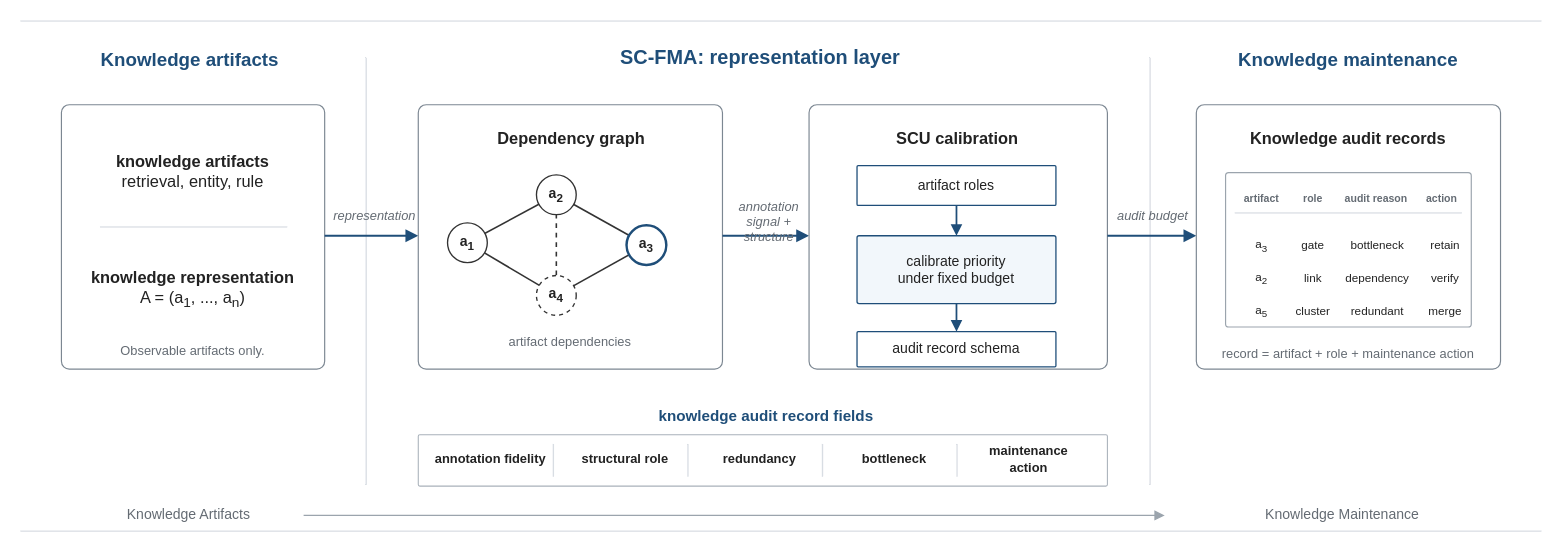
Before: paper/information_sciences_submission/final_source/figures/fig_overall_framework.drawio in TigerUnderTheMoon/CF, a draw.io diagram. Source tidied: cells renumbered, new cells numbered last; positions are measured from the earlier drawing's top-left corner, leaving out a move shared by most shapes. Both pictures are drawn from the tidied source at 117%, with x=0, y=0 at pixel (20, 20).
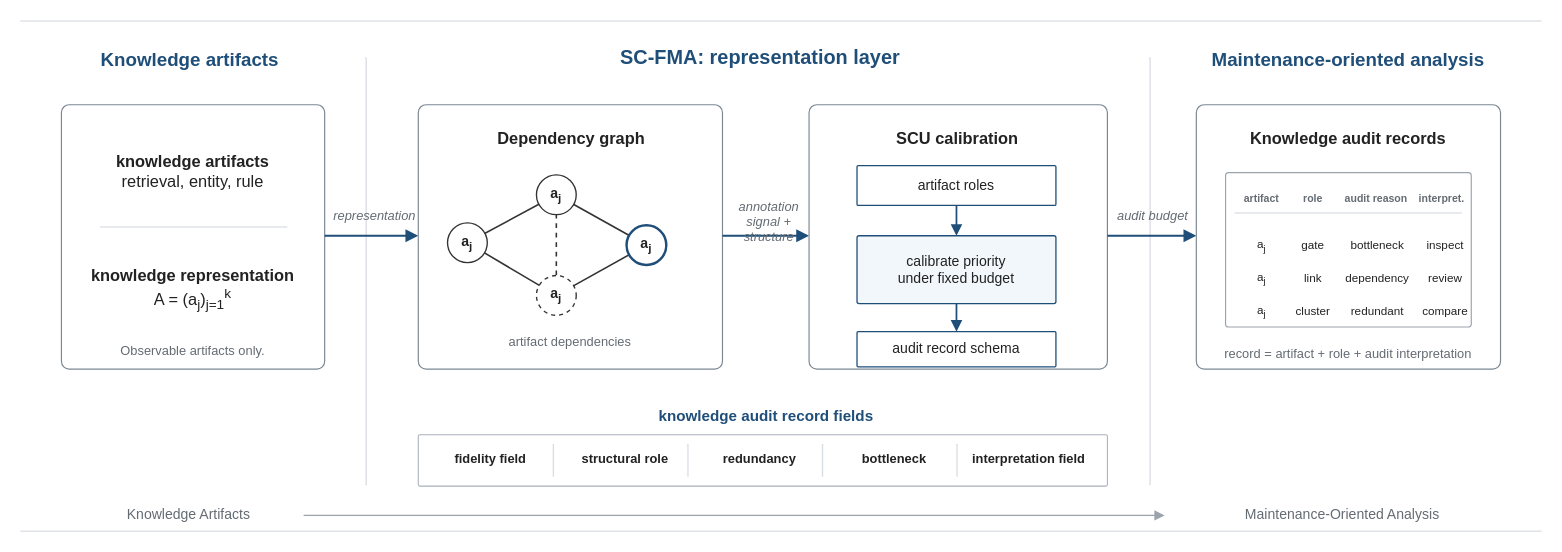
The same page after the edit.

What changed in the source:
```diff
@@
-    <mxCell id="8" value="Knowledge maintenance" style="text;html=1;strokeColor=none;fillColor=none;whiteSpace=wrap;rounded=0;shadow=0;fontFamily=Arial;fontSize=16;fontColor=#1F4E79;fontStyle=1;align=center;verticalAlign=middle;spacing=0;" parent="1" vertex="1">
+    <mxCell id="8" value="Maintenance-oriented analysis" style="text;html=1;strokeColor=none;fillColor=none;whiteSpace=wrap;rounded=0;shadow=0;fontFamily=Arial;fontSize=16;fontColor=#1F4E79;fontStyle=1;align=center;verticalAlign=middle;spacing=0;" parent="1" vertex="1">
       <mxGeometry x="1005" y="22" width="260" height="22" as="geometry" />
     </mxCell>
@@
-    <mxCell id="12" value="&lt;b&gt;knowledge representation&lt;/b&gt;&lt;br&gt;A = (a&lt;sub&gt;1&lt;/sub&gt;, ..., a&lt;sub&gt;n&lt;/sub&gt;)" style="text;html=1;strokeColor=none;fillColor=none;whiteSpace=wrap;rounded=0;shadow=0;fontFamily=Arial;fontSize=14;fontColor=#222222;fontStyle=0;align=center;verticalAlign=middle;spacing=0;" parent="1" vertex="1">
+    <mxCell id="12" value="&lt;b&gt;knowledge representation&lt;/b&gt;&lt;br&gt;A = (a&lt;sub&gt;j&lt;/sub&gt;)&lt;sub&gt;j=1&lt;/sub&gt;&lt;sup&gt;k&lt;/sup&gt;" style="text;html=1;strokeColor=none;fillColor=none;whiteSpace=wrap;rounded=0;shadow=0;fontFamily=Arial;fontSize=14;fontColor=#222222;fontStyle=0;align=center;verticalAlign=middle;spacing=0;" parent="1" vertex="1">
       <mxGeometry x="55" y="198" width="185" height="64" as="geometry" />
     </mxCell>
@@
-    <mxCell id="23" value="a&lt;sub&gt;1&lt;/sub&gt;" style="ellipse;whiteSpace=wrap;html=1;fillColor=#FFFFFF;shadow=0;strokeColor=#333333;strokeWidth=1.15;dashed=0;fontFamily=Arial;fontSize=12;fontColor=#222222;fontStyle=1;align=center;verticalAlign=middle;" parent="1" vertex="1">
+    <mxCell id="23" value="a&lt;sub&gt;j&lt;/sub&gt;" style="ellipse;whiteSpace=wrap;html=1;fillColor=#FFFFFF;shadow=0;strokeColor=#333333;strokeWidth=1.15;dashed=0;fontFamily=Arial;fontSize=12;fontColor=#222222;fontStyle=1;align=center;verticalAlign=middle;" parent="1" vertex="1">
       <mxGeometry x="365" y="173" width="34" height="34" as="geometry" />
     </mxCell>
-    <mxCell id="24" value="a&lt;sub&gt;2&lt;/sub&gt;" style="ellipse;whiteSpace=wrap;html=1;fillColor=#FFFFFF;shadow=0;strokeColor=#333333;strokeWidth=1.15;dashed=0;fontFamily=Arial;fontSize=12;fontColor=#222222;fontStyle=1;align=center;verticalAlign=middle;" parent="1" vertex="1">
+    <mxCell id="24" value="a&lt;sub&gt;j&lt;/sub&gt;" style="ellipse;whiteSpace=wrap;html=1;fillColor=#FFFFFF;shadow=0;strokeColor=#333333;strokeWidth=1.15;dashed=0;fontFamily=Arial;fontSize=12;fontColor=#222222;fontStyle=1;align=center;verticalAlign=middle;" parent="1" vertex="1">
       <mxGeometry x="441" y="132" width="34" height="34" as="geometry" />
     </mxCell>
-    <mxCell id="25" value="a&lt;sub&gt;4&lt;/sub&gt;" style="ellipse;whiteSpace=wrap;html=1;fillColor=#FFFFFF;shadow=0;strokeColor=#333333;strokeWidth=1.15;dashed=1;fontFamily=Arial;fontSize=12;fontColor=#222222;fontStyle=1;align=center;verticalAlign=middle;" parent="1" vertex="1">
+    <mxCell id="25" value="a&lt;sub&gt;j&lt;/sub&gt;" style="ellipse;whiteSpace=wrap;html=1;fillColor=#FFFFFF;shadow=0;strokeColor=#333333;strokeWidth=1.15;dashed=1;fontFamily=Arial;fontSize=12;fontColor=#222222;fontStyle=1;align=center;verticalAlign=middle;" parent="1" vertex="1">
       <mxGeometry x="441" y="218" width="34" height="34" as="geometry" />
     </mxCell>
-    <mxCell id="26" value="a&lt;sub&gt;3&lt;/sub&gt;" style="ellipse;whiteSpace=wrap;html=1;fillColor=#FFFFFF;shadow=0;strokeColor=#1F4E79;strokeWidth=2.1;dashed=0;fontFamily=Arial;fontSize=12;fontColor=#222222;fontStyle=1;align=center;verticalAlign=middle;" parent="1" vertex="1">
+    <mxCell id="26" value="a&lt;sub&gt;j&lt;/sub&gt;" style="ellipse;whiteSpace=wrap;html=1;fillColor=#FFFFFF;shadow=0;strokeColor=#1F4E79;strokeWidth=2.1;dashed=0;fontFamily=Arial;fontSize=12;fontColor=#222222;fontStyle=1;align=center;verticalAlign=middle;" parent="1" vertex="1">
       <mxGeometry x="518" y="175" width="34" height="34" as="geometry" />
     </mxCell>
@@
-    <mxCell id="41" value="annotation fidelity" style="text;html=1;strokeColor=none;fillColor=none;whiteSpace=wrap;rounded=0;shadow=0;fontFamily=Arial;fontSize=11;fontColor=#222222;fontStyle=1;align=center;verticalAlign=middle;spacing=0;" parent="1" vertex="1">
+    <mxCell id="41" value="fidelity field" style="text;html=1;strokeColor=none;fillColor=none;whiteSpace=wrap;rounded=0;shadow=0;fontFamily=Arial;fontSize=11;fontColor=#222222;fontStyle=1;align=center;verticalAlign=middle;spacing=0;" parent="1" vertex="1">
       <mxGeometry x="352" y="365" width="100" height="20" as="geometry" />
     </mxCell>
@@
-    <mxCell id="49" value="maintenance action" style="text;html=1;strokeColor=none;fillColor=none;whiteSpace=wrap;rounded=0;shadow=0;fontFamily=Arial;fontSize=11;fontColor=#222222;fontStyle=1;align=center;verticalAlign=middle;spacing=0;" parent="1" vertex="1">
+    <mxCell id="49" value="interpretation field" style="text;html=1;strokeColor=none;fillColor=none;whiteSpace=wrap;rounded=0;shadow=0;fontFamily=Arial;fontSize=11;fontColor=#222222;fontStyle=1;align=center;verticalAlign=middle;spacing=0;" parent="1" vertex="1">
       <mxGeometry x="812" y="365" width="100" height="20" as="geometry" />
     </mxCell>
@@
-    <mxCell id="56" value="action" style="text;html=1;strokeColor=none;fillColor=none;whiteSpace=wrap;rounded=0;shadow=0;fontFamily=Arial;fontSize=9;fontColor=#646B73;fontStyle=1;align=center;verticalAlign=middle;spacing=0;" parent="1" vertex="1">
+    <mxCell id="56" value="interpret." style="text;html=1;strokeColor=none;fillColor=none;whiteSpace=wrap;rounded=0;shadow=0;fontFamily=Arial;fontSize=9;fontColor=#646B73;fontStyle=1;align=center;verticalAlign=middle;spacing=0;" parent="1" vertex="1">
       <mxGeometry x="1194" y="146" width="42" height="14" as="geometry" />
     </mxCell>
@@
-    <mxCell id="58" value="a&lt;sub&gt;3&lt;/sub&gt;" style="text;html=1;strokeColor=none;fillColor=none;whiteSpace=wrap;rounded=0;shadow=0;fontFamily=Arial;fontSize=10;fontColor=#222222;fontStyle=0;align=center;verticalAlign=middle;spacing=0;" parent="1" vertex="1">
+    <mxCell id="58" value="a&lt;sub&gt;j&lt;/sub&gt;" style="text;html=1;strokeColor=none;fillColor=none;whiteSpace=wrap;rounded=0;shadow=0;fontFamily=Arial;fontSize=10;fontColor=#222222;fontStyle=0;align=center;verticalAlign=middle;spacing=0;" parent="1" vertex="1">
       <mxGeometry x="1043" y="185" width="36" height="14" as="geometry" />
     </mxCell>
@@
-    <mxCell id="61" value="retain" style="text;html=1;strokeColor=none;fillColor=none;whiteSpace=wrap;rounded=0;shadow=0;fontFamily=Arial;fontSize=10;fontColor=#222222;fontStyle=0;align=center;verticalAlign=middle;spacing=0;" parent="1" vertex="1">
+    <mxCell id="61" value="inspect" style="text;html=1;strokeColor=none;fillColor=none;whiteSpace=wrap;rounded=0;shadow=0;fontFamily=Arial;fontSize=10;fontColor=#222222;fontStyle=0;align=center;verticalAlign=middle;spacing=0;" parent="1" vertex="1">
       <mxGeometry x="1200" y="185" width="36" height="14" as="geometry" />
     </mxCell>
-    <mxCell id="62" value="a&lt;sub&gt;2&lt;/sub&gt;" style="text;html=1;strokeColor=none;fillColor=none;whiteSpace=wrap;rounded=0;shadow=0;fontFamily=Arial;fontSize=10;fontColor=#222222;fontStyle=0;align=center;verticalAlign=middle;spacing=0;" parent="1" vertex="1">
+    <mxCell id="62" value="a&lt;sub&gt;j&lt;/sub&gt;" style="text;html=1;strokeColor=none;fillColor=none;whiteSpace=wrap;rounded=0;shadow=0;fontFamily=Arial;fontSize=10;fontColor=#222222;fontStyle=0;align=center;verticalAlign=middle;spacing=0;" parent="1" vertex="1">
       <mxGeometry x="1043" y="213" width="36" height="14" as="geometry" />
     </mxCell>
@@
-    <mxCell id="65" value="verify" style="text;html=1;strokeColor=none;fillColor=none;whiteSpace=wrap;rounded=0;shadow=0;fontFamily=Arial;fontSize=10;fontColor=#222222;fontStyle=0;align=center;verticalAlign=middle;spacing=0;" parent="1" vertex="1">
+    <mxCell id="65" value="review" style="text;html=1;strokeColor=none;fillColor=none;whiteSpace=wrap;rounded=0;shadow=0;fontFamily=Arial;fontSize=10;fontColor=#222222;fontStyle=0;align=center;verticalAlign=middle;spacing=0;" parent="1" vertex="1">
       <mxGeometry x="1200" y="213" width="36" height="14" as="geometry" />
     </mxCell>
-    <mxCell id="66" value="a&lt;sub&gt;5&lt;/sub&gt;" style="text;html=1;strokeColor=none;fillColor=none;whiteSpace=wrap;rounded=0;shadow=0;fontFamily=Arial;fontSize=10;fontColor=#222222;fontStyle=0;align=center;verticalAlign=middle;spacing=0;" parent="1" vertex="1">
+    <mxCell id="66" value="a&lt;sub&gt;j&lt;/sub&gt;" style="text;html=1;strokeColor=none;fillColor=none;whiteSpace=wrap;rounded=0;shadow=0;fontFamily=Arial;fontSize=10;fontColor=#222222;fontStyle=0;align=center;verticalAlign=middle;spacing=0;" parent="1" vertex="1">
       <mxGeometry x="1043" y="241" width="36" height="14" as="geometry" />
     </mxCell>
@@
-    <mxCell id="69" value="merge" style="text;html=1;strokeColor=none;fillColor=none;whiteSpace=wrap;rounded=0;shadow=0;fontFamily=Arial;fontSize=10;fontColor=#222222;fontStyle=0;align=center;verticalAlign=middle;spacing=0;" parent="1" vertex="1">
+    <mxCell id="69" value="compare" style="text;html=1;strokeColor=none;fillColor=none;whiteSpace=wrap;rounded=0;shadow=0;fontFamily=Arial;fontSize=10;fontColor=#222222;fontStyle=0;align=center;verticalAlign=middle;spacing=0;" parent="1" vertex="1">
       <mxGeometry x="1200" y="241" width="36" height="14" as="geometry" />
     </mxCell>
-    <mxCell id="70" value="record = artifact + role + maintenance action" style="text;html=1;strokeColor=none;fillColor=none;whiteSpace=wrap;rounded=0;shadow=0;fontFamily=Arial;fontSize=11;fontColor=#646B73;fontStyle=0;align=center;verticalAlign=middle;spacing=0;" parent="1" vertex="1">
+    <mxCell id="70" value="record = artifact + role + audit interpretation" style="text;html=1;strokeColor=none;fillColor=none;whiteSpace=wrap;rounded=0;shadow=0;fontFamily=Arial;fontSize=11;fontColor=#646B73;fontStyle=0;align=center;verticalAlign=middle;spacing=0;" parent="1" vertex="1">
       <mxGeometry x="1028" y="276" width="214" height="18" as="geometry" />
     </mxCell>
@@
-    <mxCell id="72" value="Knowledge Maintenance" style="text;html=1;strokeColor=none;fillColor=none;whiteSpace=wrap;rounded=0;shadow=0;fontFamily=Arial;fontSize=12;fontColor=#646B73;fontStyle=0;align=center;verticalAlign=middle;spacing=0;" parent="1" vertex="1">
+    <mxCell id="72" value="Maintenance-Oriented Analysis" style="text;html=1;strokeColor=none;fillColor=none;whiteSpace=wrap;rounded=0;shadow=0;fontFamily=Arial;fontSize=12;fontColor=#646B73;fontStyle=0;align=center;verticalAlign=middle;spacing=0;" parent="1" vertex="1">
       <mxGeometry x="985" y="414" width="290" height="18" as="geometry" />
     </mxCell>
```
